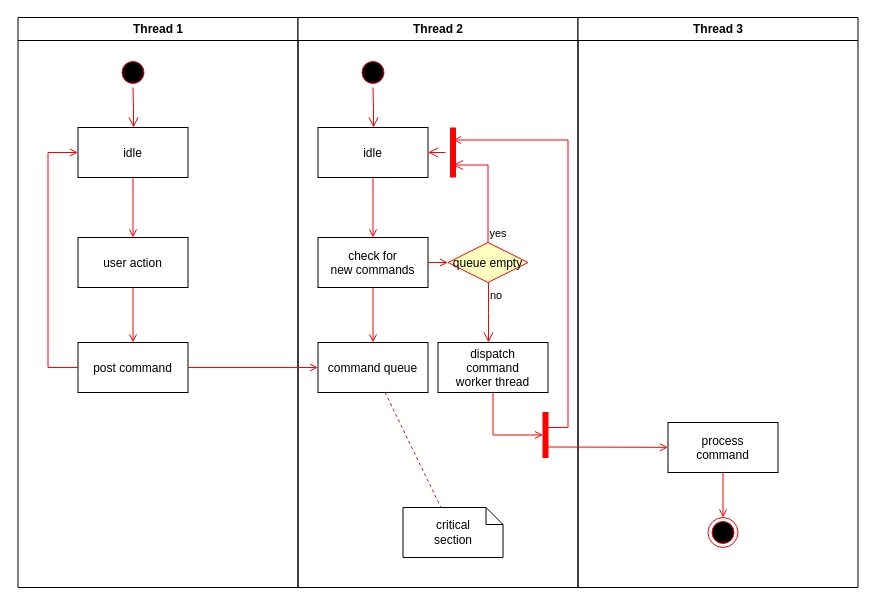
Earlier version of the draw.io diagram jypt/未命名表单.drawio (newbee-D/diagram). Source tidied: cells renumbered, new cells numbered last; positions are measured from the earlier drawing's top-left corner, leaving out a move shared by most shapes. Both pictures are drawn from the tidied source at 100%, with x=0, y=0 at pixel (17, 17).
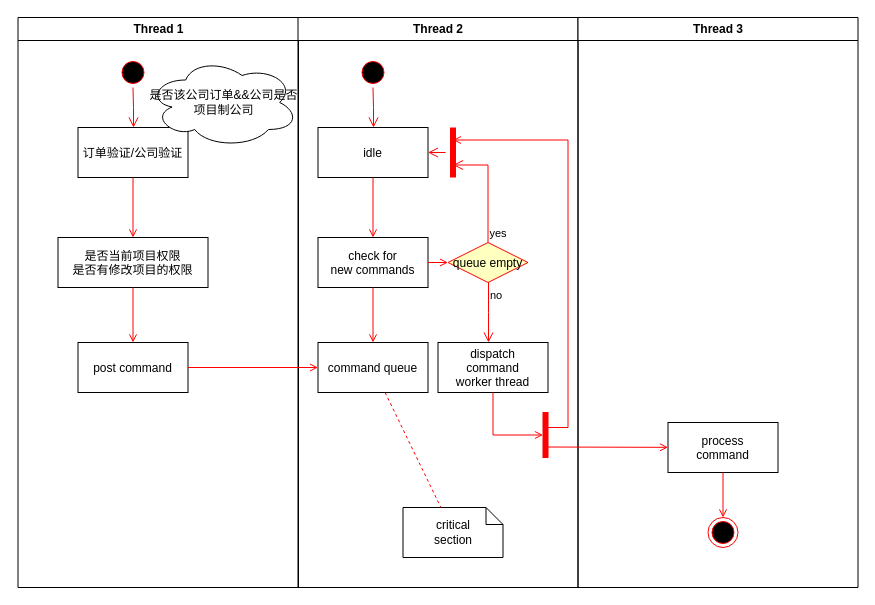
Above is the later version.

The change refers to these unchanged cells:
```xml
<mxCell id="8" value="post command" parent="2" vertex="1">
  <mxGeometry x="60" y="325" width="110" height="50" as="geometry" />
</mxCell>
```

What changed in the source:
```diff
@@
     <mxCell id="2" value="Thread 1" style="swimlane;whiteSpace=wrap;" parent="1" vertex="1">
-      <mxGeometry x="0.5" width="280" height="570" as="geometry" />
+      <mxGeometry x="0.5" width="280.5" height="570" as="geometry" />
     </mxCell>
@@
-    <mxCell id="5" value="idle" parent="2" vertex="1">
+    <mxCell id="5" value="订单验证/公司验证" parent="2" vertex="1">
       <mxGeometry x="60" y="110" width="110" height="50" as="geometry" />
     </mxCell>
-    <mxCell id="6" value="user action" parent="2" vertex="1">
-      <mxGeometry x="60" y="220" width="110" height="50" as="geometry" />
+    <mxCell id="6" value="是否当前项目权限&#10;是否有修改项目的权限" parent="2" vertex="1">
+      <mxGeometry x="40" y="220" width="150" height="50" as="geometry" />
     </mxCell>
@@
-    <mxCell id="10" style="edgeStyle=elbowEdgeStyle;elbow=horizontal;strokeColor=#FF0000;endArrow=open;endFill=1;rounded=0;" parent="2" edge="1" source="8" target="5">
-      <mxGeometry relative="1" as="geometry">
-        <Array as="points">
-          <mxPoint x="30" y="250" />
-        </Array>
-      </mxGeometry>
-    </mxCell>
+    <mxCell id="37" value="是否该公司订单&amp;amp;&amp;amp;公司是否项目制公司" style="ellipse;shape=cloud;whiteSpace=wrap;html=1;" parent="2" vertex="1">
+      <mxGeometry x="130" y="40" width="150.5" height="90" as="geometry" />
+    </mxCell>
```
